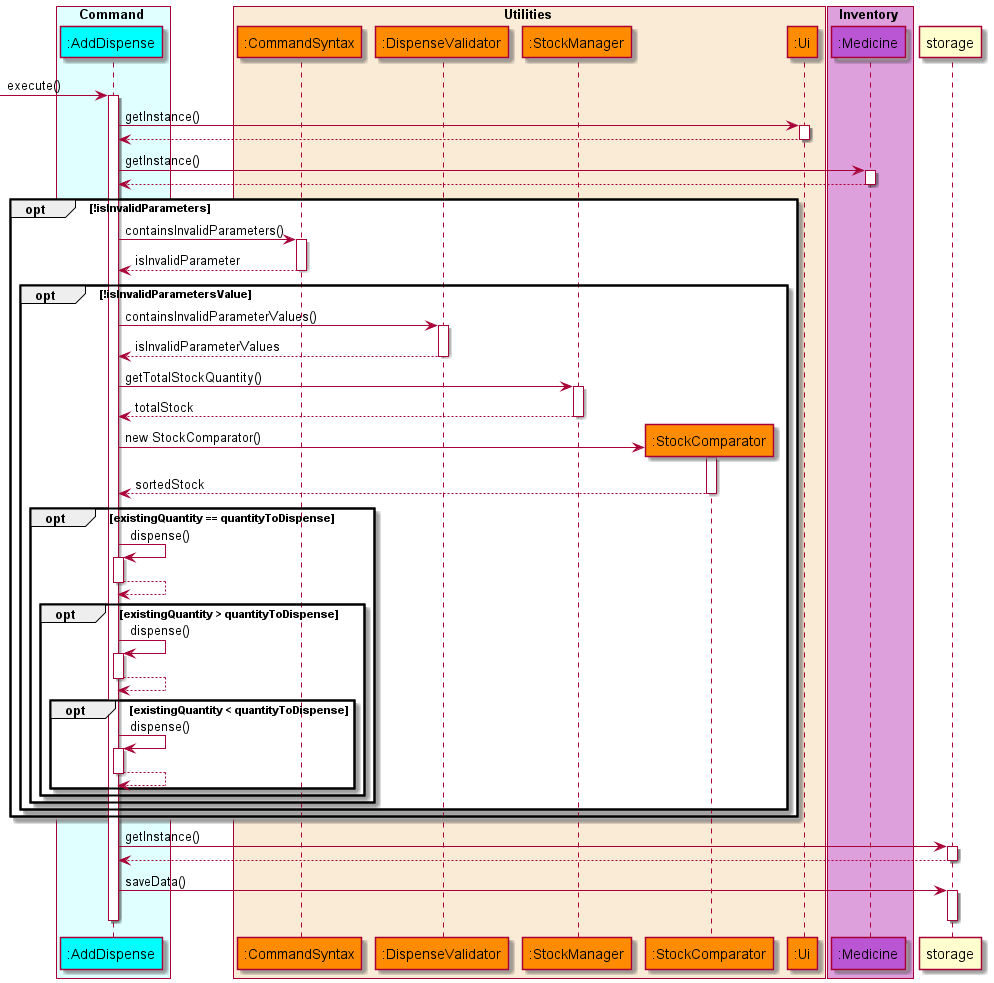
Above: docs/diagrams/diagram_images/AddDispenseSequenceDiagram.png in nus-cs2113-AY2122S1/tp (PlantUML), before the change.
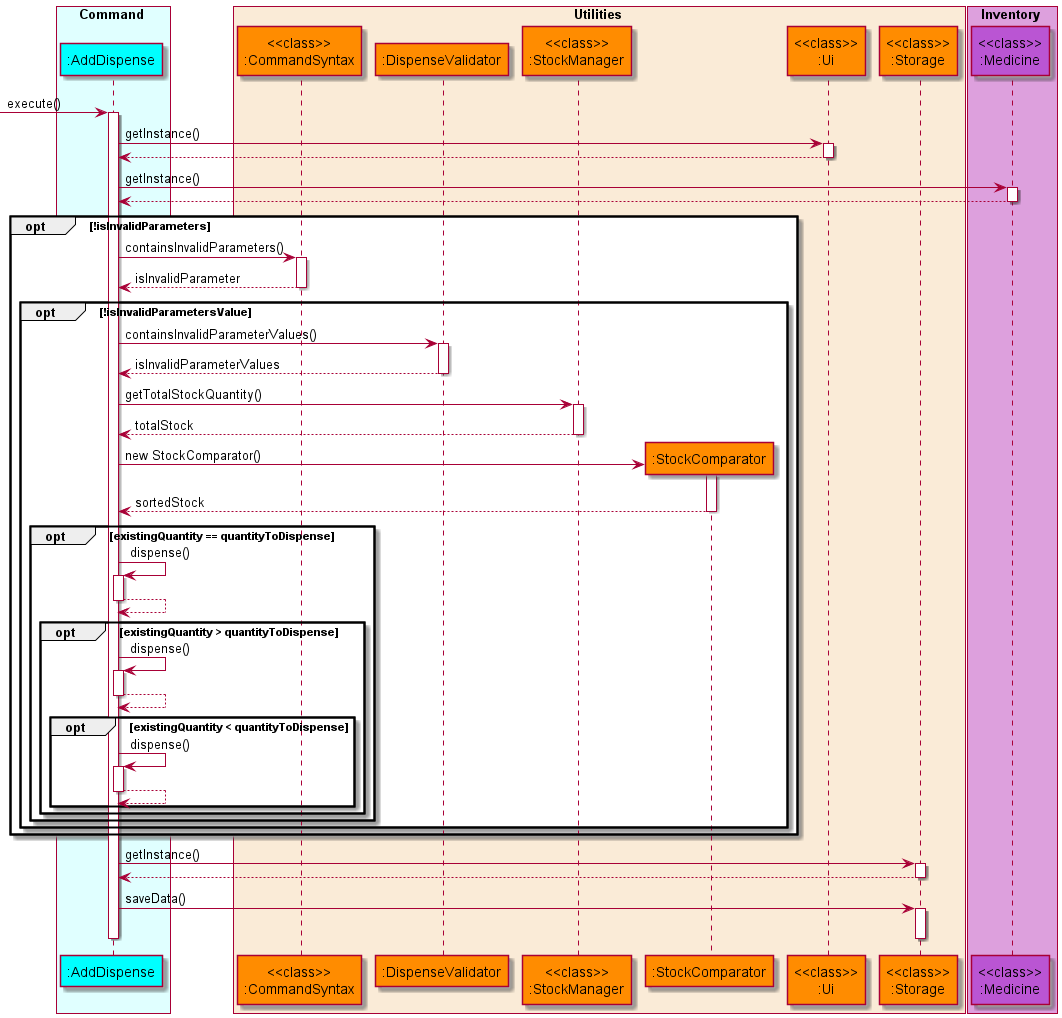
Later version of the same file.

What changed in the source:
```diff
@@ -1,4 +1,4 @@
-@startuml UpdateStockSequenceDiagram
+@startuml AddDispenseSequenceDiagram
 
 !include style.puml
 
@@ -7,15 +7,16 @@
 end box
 
 box Utilities COLOR_UTILITIES_BOX
-    participant ":CommandSyntax" as commandsyntax COLOR_UTILITIES
+    participant "<<class>>\n:CommandSyntax" as commandsyntax COLOR_UTILITIES
     participant ":DispenseValidator" as dispensevalidator COLOR_UTILITIES
-    participant ":StockManager" as stockmanager COLOR_UTILITIES
+    participant "<<class>>\n:StockManager" as stockmanager COLOR_UTILITIES
     participant ":StockComparator" as stockcomparator COLOR_UTILITIES
-    participant ":Ui" as ui COLOR_UTILITIES
+    participant "<<class>>\n:Ui" as ui COLOR_UTILITIES
+    participant "<<class>>\n:Storage" as storage COLOR_UTILITIES
 end box
 
 box Inventory COLOR_INVENTORY_BOX
-    participant ":Medicine" as medicine COLOR_INVENTORY
+    participant "<<class>>\n:Medicine" as medicine COLOR_INVENTORY
 end box
 
 autoactivate on
```
